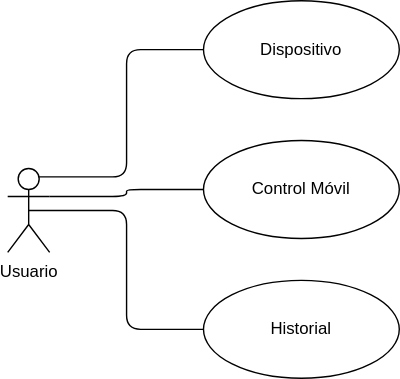
Above: f_iot/img/casos_iot.svg in gilpgdm/gilpgdm.github.io (draw.io), before the change. Source tidied: cells renumbered, new cells last; positions are measured from the earlier drawing's top-left corner, leaving out a move shared by most shapes. Source of this version:
```xml
<mxGraphModel>
  <root>
    <mxCell id="0" />
    <mxCell id="1" parent="0" />
    <mxCell id="2" value="Usuario" style="shape=umlActor;verticalLabelPosition=bottom;verticalAlign=top;html=1;" parent="1" vertex="1">
      <mxGeometry y="120" width="30" height="60" as="geometry" />
    </mxCell>
    <mxCell id="3" value="Dispositivo" style="ellipse;whiteSpace=wrap;html=1;" parent="1" vertex="1">
      <mxGeometry x="140" width="140" height="70" as="geometry" />
    </mxCell>
    <mxCell id="4" value="Control Móvil" style="ellipse;whiteSpace=wrap;html=1;" parent="1" vertex="1">
      <mxGeometry x="140" y="100" width="140" height="70" as="geometry" />
    </mxCell>
    <mxCell id="5" value="Historial" style="ellipse;whiteSpace=wrap;html=1;" parent="1" vertex="1">
      <mxGeometry x="140" y="200" width="140" height="70" as="geometry" />
    </mxCell>
    <mxCell id="6" style="endArrow=none;html=1;edgeStyle=orthogonalEdgeStyle;exitX=0.75;exitY=0.1;exitDx=0;exitDy=0;exitPerimeter=0;entryX=0;entryY=0.5;entryDx=0;entryDy=0;" parent="1" edge="1" source="2" target="3">
      <mxGeometry relative="1" as="geometry" />
    </mxCell>
    <mxCell id="7" style="endArrow=none;html=1;edgeStyle=orthogonalEdgeStyle;exitX=1;exitY=0.3333333333333333;exitDx=0;exitDy=0;exitPerimeter=0;entryX=0;entryY=0.5;entryDx=0;entryDy=0;" parent="1" edge="1" source="2" target="4">
      <mxGeometry relative="1" as="geometry" />
    </mxCell>
    <mxCell id="8" style="endArrow=none;html=1;edgeStyle=orthogonalEdgeStyle;exitX=0.5;exitY=0.5;exitDx=0;exitDy=0;exitPerimeter=0;entryX=0;entryY=0.5;entryDx=0;entryDy=0;" parent="1" edge="1" source="2" target="5">
      <mxGeometry relative="1" as="geometry" />
    </mxCell>
  </root>
</mxGraphModel>
```
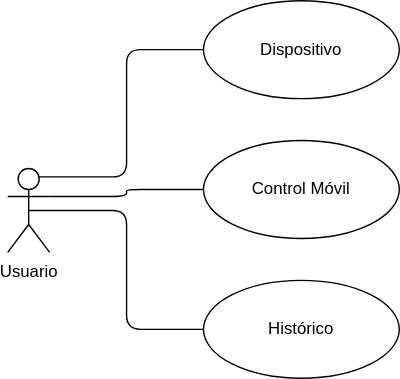
The same file after the commit.

What changed in the source:
```diff
@@ -11,7 +11,7 @@
     <mxCell id="4" value="Control Móvil" style="ellipse;whiteSpace=wrap;html=1;" parent="1" vertex="1">
       <mxGeometry x="140" y="100" width="140" height="70" as="geometry" />
     </mxCell>
-    <mxCell id="5" value="Historial" style="ellipse;whiteSpace=wrap;html=1;" parent="1" vertex="1">
+    <mxCell id="5" value="Histórico" style="ellipse;whiteSpace=wrap;html=1;" parent="1" vertex="1">
       <mxGeometry x="140" y="200" width="140" height="70" as="geometry" />
     </mxCell>
     <mxCell id="6" style="endArrow=none;html=1;edgeStyle=orthogonalEdgeStyle;exitX=0.75;exitY=0.1;exitDx=0;exitDy=0;exitPerimeter=0;entryX=0;entryY=0.5;entryDx=0;entryDy=0;" parent="1" edge="1" source="2" target="3">
```
